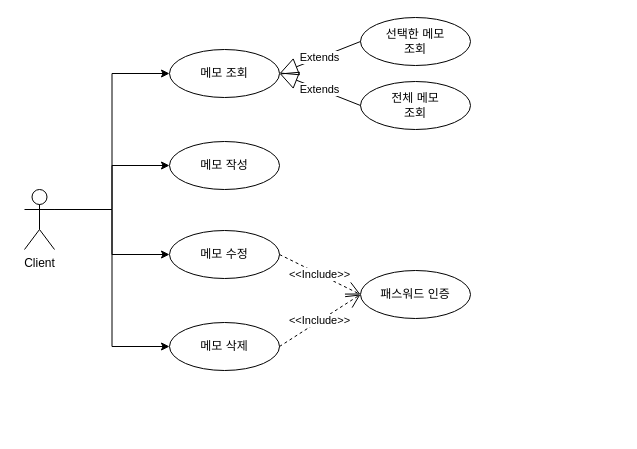
Before: spring-memo-usecase.drawio in ImJcm/Spring-Memo, a draw.io diagram. Source tidied: cells renumbered, new cells numbered last; positions are measured from the earlier drawing's top-left corner, leaving out a move shared by most shapes. Both pictures are drawn from the tidied source at 100%, with x=0, y=0 at pixel (24, 17).
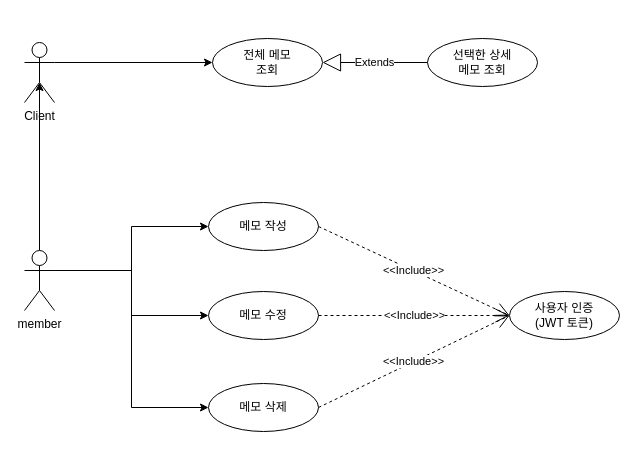
The same diagram, later.

Diff of the diagram source:
```diff
@@
 <mxGraphModel>
   <root>
     <mxCell id="0" />
     <mxCell id="1" parent="0" />
-    <mxCell id="2" style="edgeStyle=orthogonalEdgeStyle;rounded=0;jettySize=auto;html=1;exitX=1;exitY=0.3333333333333333;exitDx=0;exitDy=0;exitPerimeter=0;entryX=0;entryY=0.5;entryDx=0;entryDy=0;" parent="1" edge="1" source="6" target="7">
-      <mxGeometry relative="1" as="geometry" />
-    </mxCell>
-    <mxCell id="3" style="edgeStyle=orthogonalEdgeStyle;rounded=0;jettySize=auto;html=1;exitX=1;exitY=0.3333333333333333;exitDx=0;exitDy=0;exitPerimeter=0;entryX=0;entryY=0.5;entryDx=0;entryDy=0;" parent="1" edge="1" source="6" target="8">
+    <mxCell id="3" style="edgeStyle=orthogonalEdgeStyle;rounded=0;jettySize=auto;html=1;exitX=1;exitY=0.3333333333333333;exitDx=0;exitDy=0;exitPerimeter=0;entryX=0;entryY=0.5;entryDx=0;entryDy=0;" parent="1" edge="1" source="22" target="8">
       <mxGeometry relative="1" as="geometry" />
     </mxCell>
-    <mxCell id="4" style="edgeStyle=orthogonalEdgeStyle;rounded=0;jettySize=auto;html=1;exitX=1;exitY=0.3333333333333333;exitDx=0;exitDy=0;exitPerimeter=0;entryX=0;entryY=0.5;entryDx=0;entryDy=0;" parent="1" edge="1" source="6" target="9">
+    <mxCell id="4" style="edgeStyle=orthogonalEdgeStyle;rounded=0;jettySize=auto;html=1;exitX=1;exitY=0.3333333333333333;exitDx=0;exitDy=0;exitPerimeter=0;entryX=0;entryY=0.5;entryDx=0;entryDy=0;" parent="1" edge="1" source="22" target="9">
       <mxGeometry relative="1" as="geometry" />
     </mxCell>
-    <mxCell id="5" style="edgeStyle=orthogonalEdgeStyle;rounded=0;jettySize=auto;html=1;exitX=1;exitY=0.3333333333333333;exitDx=0;exitDy=0;exitPerimeter=0;entryX=0;entryY=0.5;entryDx=0;entryDy=0;" parent="1" edge="1" source="6" target="10">
+    <mxCell id="5" style="edgeStyle=orthogonalEdgeStyle;rounded=0;jettySize=auto;html=1;exitX=1;exitY=0.3333333333333333;exitDx=0;exitDy=0;exitPerimeter=0;entryX=0;entryY=0.5;entryDx=0;entryDy=0;" parent="1" edge="1" source="22" target="10">
       <mxGeometry relative="1" as="geometry" />
     </mxCell>
+    <mxCell id="18" style="edgeStyle=orthogonalEdgeStyle;rounded=0;jettySize=auto;html=1;exitX=1;exitY=0.3333333333333333;exitDx=0;exitDy=0;exitPerimeter=0;entryX=0;entryY=0.5;entryDx=0;entryDy=0;" parent="1" edge="1" source="6" target="15">
+      <mxGeometry relative="1" as="geometry" />
+    </mxCell>
     <mxCell id="6" value="Client" style="shape=umlActor;verticalLabelPosition=bottom;verticalAlign=top;html=1;" parent="1" vertex="1">
-      <mxGeometry y="172" width="30" height="60" as="geometry" />
+      <mxGeometry y="25" width="30" height="60" as="geometry" />
     </mxCell>
-    <mxCell id="7" value="메모 조회" style="ellipse;whiteSpace=wrap;html=1;" parent="1" vertex="1">
-      <mxGeometry x="145" y="32" width="110" height="48" as="geometry" />
-    </mxCell>
     <mxCell id="8" value="메모 작성" style="ellipse;whiteSpace=wrap;html=1;" parent="1" vertex="1">
-      <mxGeometry x="145" y="124" width="110" height="48" as="geometry" />
+      <mxGeometry x="184" y="185" width="110" height="48" as="geometry" />
     </mxCell>
     <mxCell id="9" value="메모 수정" style="ellipse;whiteSpace=wrap;html=1;" parent="1" vertex="1">
-      <mxGeometry x="145" y="213" width="110" height="48" as="geometry" />
+      <mxGeometry x="184" y="274" width="110" height="48" as="geometry" />
     </mxCell>
     <mxCell id="10" value="메모 삭제" style="ellipse;whiteSpace=wrap;html=1;" parent="1" vertex="1">
-      <mxGeometry x="145" y="305" width="110" height="48" as="geometry" />
+      <mxGeometry x="184" y="366" width="110" height="48" as="geometry" />
     </mxCell>
-    <mxCell id="11" value="패스워드 인증" style="ellipse;whiteSpace=wrap;html=1;" parent="1" vertex="1">
-      <mxGeometry x="336" y="253" width="110" height="48" as="geometry" />
-    </mxCell>
-    <mxCell id="12" value="&amp;lt;&amp;lt;Include&amp;gt;&amp;gt;" style="endArrow=open;endSize=12;dashed=1;html=1;rounded=0;exitX=1;exitY=0.5;exitDx=0;exitDy=0;entryX=0;entryY=0.5;entryDx=0;entryDy=0;" parent="1" edge="1" source="9" target="11">
+    <mxCell id="12" value="&amp;lt;&amp;lt;Include&amp;gt;&amp;gt;" style="endArrow=open;endSize=12;dashed=1;html=1;rounded=0;exitX=1;exitY=0.5;exitDx=0;exitDy=0;entryX=0;entryY=0.5;entryDx=0;entryDy=0;" parent="1" edge="1" source="9" target="19">
       <mxGeometry relative="1" as="geometry" />
     </mxCell>
-    <mxCell id="13" value="&amp;lt;&amp;lt;Include&amp;gt;&amp;gt;" style="endArrow=open;endSize=12;dashed=1;html=1;rounded=0;exitX=1;exitY=0.5;exitDx=0;exitDy=0;entryX=0;entryY=0.5;entryDx=0;entryDy=0;" parent="1" edge="1" source="10" target="11">
+    <mxCell id="13" value="&amp;lt;&amp;lt;Include&amp;gt;&amp;gt;" style="endArrow=open;endSize=12;dashed=1;html=1;rounded=0;exitX=1;exitY=0.5;exitDx=0;exitDy=0;entryX=0;entryY=0.5;entryDx=0;entryDy=0;" parent="1" edge="1" source="10" target="19">
       <mxGeometry relative="1" as="geometry" />
     </mxCell>
-    <mxCell id="14" value="선택한 메모&lt;br&gt;조회" style="ellipse;whiteSpace=wrap;html=1;" parent="1" vertex="1">
-      <mxGeometry x="336" width="110" height="48" as="geometry" />
+    <mxCell id="14" value="선택한 상세 &lt;br&gt;메모 조회" style="ellipse;whiteSpace=wrap;html=1;" parent="1" vertex="1">
+      <mxGeometry x="403" y="21" width="110" height="48" as="geometry" />
     </mxCell>
     <mxCell id="15" value="전체 메모 &lt;br&gt;조회" style="ellipse;whiteSpace=wrap;html=1;" parent="1" vertex="1">
-      <mxGeometry x="336" y="64" width="110" height="48" as="geometry" />
+      <mxGeometry x="188" y="21" width="110" height="48" as="geometry" />
     </mxCell>
-    <mxCell id="16" value="Extends" style="endArrow=block;endSize=16;endFill=0;html=1;rounded=0;exitX=0;exitY=0.5;exitDx=0;exitDy=0;entryX=1;entryY=0.5;entryDx=0;entryDy=0;" parent="1" edge="1" source="14" target="7">
+    <mxCell id="16" value="Extends" style="endArrow=block;endSize=16;endFill=0;html=1;rounded=0;exitX=0;exitY=0.5;exitDx=0;exitDy=0;entryX=1;entryY=0.5;entryDx=0;entryDy=0;" parent="1" edge="1" source="14" target="15">
       <mxGeometry relative="1" as="geometry" />
     </mxCell>
-    <mxCell id="17" value="Extends" style="endArrow=block;endSize=16;endFill=0;html=1;rounded=0;exitX=0;exitY=0.5;exitDx=0;exitDy=0;entryX=1;entryY=0.5;entryDx=0;entryDy=0;" parent="1" edge="1" source="15" target="7">
-      <mxGeometry relative="1" as="geometry" />
-    </mxCell>
+    <mxCell id="19" value="사용자 인증&lt;br&gt;(JWT 토큰)" style="ellipse;whiteSpace=wrap;html=1;" parent="1" vertex="1">
+      <mxGeometry x="485" y="274" width="110" height="48" as="geometry" />
+    </mxCell>
+    <mxCell id="20" value="&amp;lt;&amp;lt;Include&amp;gt;&amp;gt;" style="endArrow=open;endSize=12;dashed=1;html=1;rounded=0;exitX=1;exitY=0.5;exitDx=0;exitDy=0;entryX=0;entryY=0.5;entryDx=0;entryDy=0;" parent="1" edge="1" source="8" target="19">
+      <mxGeometry relative="1" as="geometry" />
+    </mxCell>
+    <mxCell id="21" style="edgeStyle=orthogonalEdgeStyle;rounded=0;jettySize=auto;html=1;exitX=0.5;exitY=0;exitDx=0;exitDy=0;exitPerimeter=0;entryX=0.5;entryY=0.667;entryDx=0;entryDy=0;entryPerimeter=0;" parent="1" edge="1" source="22" target="6">
+      <mxGeometry relative="1" as="geometry" />
+    </mxCell>
+    <mxCell id="22" value="member" style="shape=umlActor;verticalLabelPosition=bottom;verticalAlign=top;html=1;" parent="1" vertex="1">
+      <mxGeometry y="233" width="30" height="60" as="geometry" />
+    </mxCell>
   </root>
 </mxGraphModel>
```
